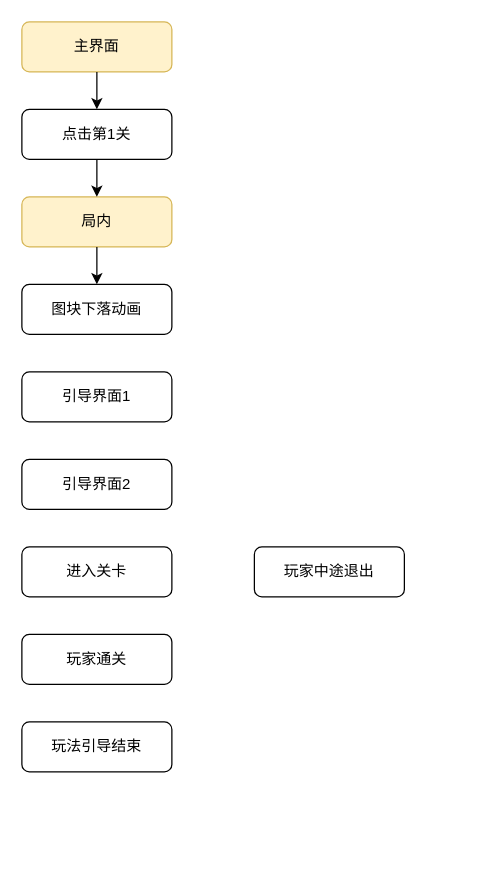
This is yindao.drawio from friyal0730/sudoku, a draw.io file, before an edit. Source tidied: cells renumbered, new cells numbered last; positions are measured from the earlier drawing's top-left corner, leaving out a move shared by most shapes. Both pictures are drawn from the tidied source at 125%, with x=0, y=0 at pixel (21, 21).
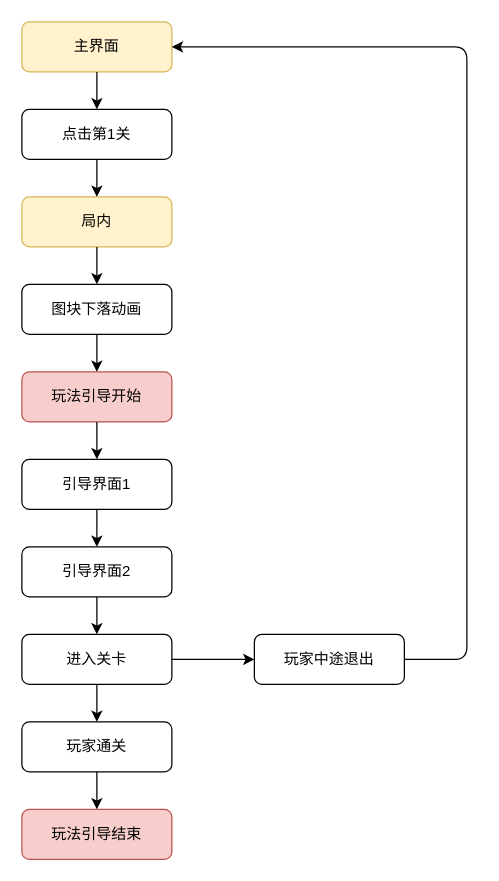
The same diagram, later.

Unchanged cells that the change refers to:
```xml
<mxCell id="2" value="主界面" style="rounded=1;whiteSpace=wrap;html=1;fillColor=#fff2cc;strokeColor=#d6b656;" parent="1" vertex="1">
  <mxGeometry width="120" height="40" as="geometry" />
</mxCell>
<mxCell id="5" value="图块下落动画" style="rounded=1;whiteSpace=wrap;html=1;" parent="1" vertex="1">
  <mxGeometry y="210" width="120" height="40" as="geometry" />
</mxCell>
```

The edit, as a diff of the source:
```diff
@@
-    <mxCell id="9" value="引导界面1" style="rounded=1;whiteSpace=wrap;html=1;" parent="1" vertex="1">
+    <mxCell id="9" value="玩法引导开始" style="rounded=1;whiteSpace=wrap;html=1;fillColor=#f8cecc;strokeColor=#b85450;" parent="1" vertex="1">
       <mxGeometry y="280" width="120" height="40" as="geometry" />
     </mxCell>
     <mxCell id="10" value="引导界面2" style="rounded=1;whiteSpace=wrap;html=1;" parent="1" vertex="1">
-      <mxGeometry y="350" width="120" height="40" as="geometry" />
+      <mxGeometry y="420" width="120" height="40" as="geometry" />
     </mxCell>
     <mxCell id="11" value="进入关卡" style="rounded=1;whiteSpace=wrap;html=1;" parent="1" vertex="1">
-      <mxGeometry y="420" width="120" height="40" as="geometry" />
+      <mxGeometry y="490" width="120" height="40" as="geometry" />
     </mxCell>
     <mxCell id="12" value="玩家中途退出" style="rounded=1;whiteSpace=wrap;html=1;" parent="1" vertex="1">
-      <mxGeometry x="186" y="420" width="120" height="40" as="geometry" />
+      <mxGeometry x="186" y="490" width="120" height="40" as="geometry" />
     </mxCell>
     <mxCell id="13" value="玩家通关" style="rounded=1;whiteSpace=wrap;html=1;" parent="1" vertex="1">
-      <mxGeometry y="490" width="120" height="40" as="geometry" />
+      <mxGeometry y="560" width="120" height="40" as="geometry" />
     </mxCell>
-    <mxCell id="14" value="玩法引导结束" style="rounded=1;whiteSpace=wrap;html=1;" parent="1" vertex="1">
-      <mxGeometry y="560" width="120" height="40" as="geometry" />
+    <mxCell id="14" value="玩法引导结束" style="rounded=1;whiteSpace=wrap;html=1;fillColor=#f8cecc;strokeColor=#b85450;" parent="1" vertex="1">
+      <mxGeometry y="630" width="120" height="40" as="geometry" />
     </mxCell>
+    <mxCell id="15" style="endArrow=classic;html=1;exitX=0.5;exitY=1;exitDx=0;exitDy=0;entryX=0.5;entryY=0;entryDx=0;entryDy=0;" parent="1" edge="1" source="5" target="9">
+      <mxGeometry relative="1" as="geometry" />
+    </mxCell>
+    <mxCell id="16" style="endArrow=classic;html=1;exitX=0.5;exitY=1;exitDx=0;exitDy=0;entryX=0.5;entryY=0;entryDx=0;entryDy=0;" parent="1" edge="1" source="21" target="10">
+      <mxGeometry relative="1" as="geometry" />
+    </mxCell>
+    <mxCell id="17" style="endArrow=classic;html=1;exitX=0.5;exitY=1;exitDx=0;exitDy=0;entryX=0.5;entryY=0;entryDx=0;entryDy=0;" parent="1" edge="1" source="10" target="11">
+      <mxGeometry relative="1" as="geometry" />
+    </mxCell>
+    <mxCell id="18" style="endArrow=classic;html=1;exitX=0.5;exitY=1;exitDx=0;exitDy=0;entryX=0.5;entryY=0;entryDx=0;entryDy=0;" parent="1" edge="1" source="11" target="13">
+      <mxGeometry relative="1" as="geometry" />
+    </mxCell>
+    <mxCell id="19" style="endArrow=classic;html=1;exitX=0.5;exitY=1;exitDx=0;exitDy=0;entryX=0.5;entryY=0;entryDx=0;entryDy=0;" parent="1" edge="1" source="13" target="14">
+      <mxGeometry relative="1" as="geometry" />
+    </mxCell>
+    <mxCell id="20" style="endArrow=classic;html=1;exitX=0.5;exitY=1;exitDx=0;exitDy=0;entryX=0.5;entryY=0;entryDx=0;entryDy=0;" parent="1" edge="1" source="9" target="21">
+      <mxGeometry relative="1" as="geometry" />
+    </mxCell>
+    <mxCell id="21" value="引导界面1" style="rounded=1;whiteSpace=wrap;html=1;" parent="1" vertex="1">
+      <mxGeometry y="350" width="120" height="40" as="geometry" />
+    </mxCell>
+    <mxCell id="22" style="endArrow=classic;html=1;exitX=1;exitY=0.5;exitDx=0;exitDy=0;entryX=0;entryY=0.5;entryDx=0;entryDy=0;" parent="1" edge="1" target="12">
+      <mxGeometry relative="1" as="geometry">
+        <mxPoint x="120" y="510" as="sourcePoint" />
+      </mxGeometry>
+    </mxCell>
+    <mxCell id="23" style="endArrow=classic;html=1;exitX=1;exitY=0.5;exitDx=0;exitDy=0;entryX=1;entryY=0.5;entryDx=0;entryDy=0;" parent="1" edge="1" source="12" target="2">
+      <mxGeometry relative="1" as="geometry">
+        <Array as="points">
+          <mxPoint x="356" y="510" />
+          <mxPoint x="356" y="20" />
+        </Array>
+      </mxGeometry>
+    </mxCell>
```
